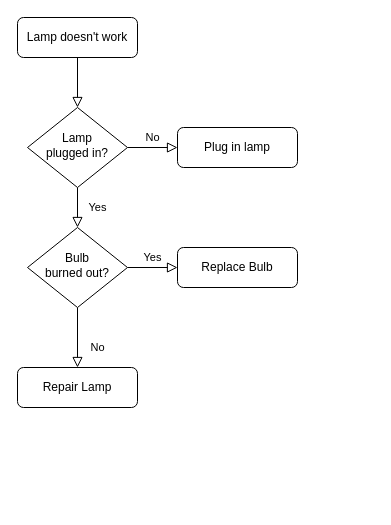
Before: Untitled Diagram.drawio in mlltAero/trafi-scraper, a draw.io diagram. Source tidied: cells renumbered, new cells numbered last; positions are measured from the earlier drawing's top-left corner, leaving out a move shared by most shapes. Both pictures are drawn from the tidied source at 100%, with x=0, y=0 at pixel (17, 17).
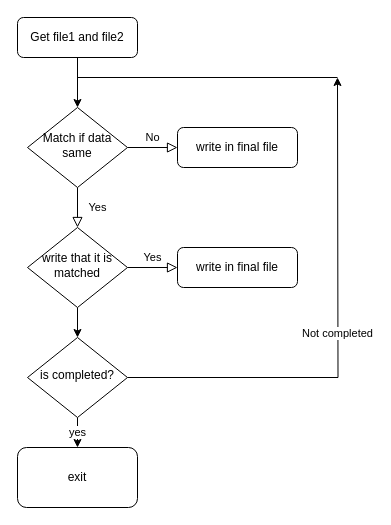
The same diagram, later.

What changed in the source:
```diff
@@
 <mxGraphModel>
   <root>
     <mxCell id="0" />
     <mxCell id="1" parent="0" />
-    <mxCell id="2" style="rounded=0;html=1;jettySize=auto;fontSize=11;endArrow=block;endFill=0;endSize=8;strokeWidth=1;shadow=0;labelBackgroundColor=none;edgeStyle=orthogonalEdgeStyle;" parent="1" edge="1" source="3" target="6">
+    <mxCell id="2" style="edgeStyle=orthogonalEdgeStyle;rounded=0;jettySize=auto;html=1;exitX=0.5;exitY=1;exitDx=0;exitDy=0;entryX=0.5;entryY=0;entryDx=0;entryDy=0;" parent="1" edge="1" source="3" target="6">
       <mxGeometry relative="1" as="geometry" />
     </mxCell>
-    <mxCell id="3" value="Lamp doesn't work" style="rounded=1;whiteSpace=wrap;html=1;fontSize=12;glass=0;strokeWidth=1;shadow=0;" parent="1" vertex="1">
+    <mxCell id="3" value="Get file1 and file2" style="rounded=1;whiteSpace=wrap;html=1;fontSize=12;glass=0;strokeWidth=1;shadow=0;" parent="1" vertex="1">
       <mxGeometry width="120" height="40" as="geometry" />
     </mxCell>
     <mxCell id="4" value="Yes" style="rounded=0;html=1;jettySize=auto;fontSize=11;endArrow=block;endFill=0;endSize=8;strokeWidth=1;shadow=0;labelBackgroundColor=none;edgeStyle=orthogonalEdgeStyle;" parent="1" edge="1" source="6" target="10">
       <mxGeometry y="20" relative="1" as="geometry" />
     </mxCell>
     <mxCell id="5" value="No" style="edgeStyle=orthogonalEdgeStyle;rounded=0;html=1;jettySize=auto;fontSize=11;endArrow=block;endFill=0;endSize=8;strokeWidth=1;shadow=0;labelBackgroundColor=none;" parent="1" edge="1" source="6" target="7">
       <mxGeometry y="10" relative="1" as="geometry" />
     </mxCell>
-    <mxCell id="6" value="Lamp&lt;br&gt;plugged in?" style="rhombus;whiteSpace=wrap;html=1;shadow=0;fontFamily=Helvetica;fontSize=12;align=center;strokeWidth=1;spacing=6;spacingTop=-4;" parent="1" vertex="1">
+    <mxCell id="6" value="Match if data same" style="rhombus;whiteSpace=wrap;html=1;shadow=0;fontFamily=Helvetica;fontSize=12;align=center;strokeWidth=1;spacing=6;spacingTop=-4;" parent="1" vertex="1">
       <mxGeometry x="10" y="90" width="100" height="80" as="geometry" />
     </mxCell>
-    <mxCell id="7" value="Plug in lamp" style="rounded=1;whiteSpace=wrap;html=1;fontSize=12;glass=0;strokeWidth=1;shadow=0;" parent="1" vertex="1">
+    <mxCell id="7" value="write in final file" style="rounded=1;whiteSpace=wrap;html=1;fontSize=12;glass=0;strokeWidth=1;shadow=0;" parent="1" vertex="1">
       <mxGeometry x="160" y="110" width="120" height="40" as="geometry" />
     </mxCell>
-    <mxCell id="8" value="No" style="rounded=0;html=1;jettySize=auto;fontSize=11;endArrow=block;endFill=0;endSize=8;strokeWidth=1;shadow=0;labelBackgroundColor=none;edgeStyle=orthogonalEdgeStyle;" parent="1" edge="1" source="10" target="11">
-      <mxGeometry x="0.33" y="20" relative="1" as="geometry" />
-    </mxCell>
     <mxCell id="9" value="Yes" style="edgeStyle=orthogonalEdgeStyle;rounded=0;html=1;jettySize=auto;fontSize=11;endArrow=block;endFill=0;endSize=8;strokeWidth=1;shadow=0;labelBackgroundColor=none;" parent="1" edge="1" source="10" target="12">
       <mxGeometry y="10" relative="1" as="geometry" />
     </mxCell>
+    <mxCell id="13" value="&lt;br&gt;" style="edgeStyle=orthogonalEdgeStyle;rounded=0;jettySize=auto;html=1;exitX=0.5;exitY=1;exitDx=0;exitDy=0;entryX=0.5;entryY=0;entryDx=0;entryDy=0;" parent="1" edge="1" source="10" target="16">
+      <mxGeometry relative="1" as="geometry" />
+    </mxCell>
-    <mxCell id="10" value="Bulb&lt;br&gt;burned out?" style="rhombus;whiteSpace=wrap;html=1;shadow=0;fontFamily=Helvetica;fontSize=12;align=center;strokeWidth=1;spacing=6;spacingTop=-4;" parent="1" vertex="1">
+    <mxCell id="10" value="write that it is&lt;br&gt;matched" style="rhombus;whiteSpace=wrap;html=1;shadow=0;fontFamily=Helvetica;fontSize=12;align=center;strokeWidth=1;spacing=6;spacingTop=-4;" parent="1" vertex="1">
       <mxGeometry x="10" y="210" width="100" height="80" as="geometry" />
     </mxCell>
-    <mxCell id="11" value="Repair Lamp" style="rounded=1;whiteSpace=wrap;html=1;fontSize=12;glass=0;strokeWidth=1;shadow=0;" parent="1" vertex="1">
-      <mxGeometry y="350" width="120" height="40" as="geometry" />
-    </mxCell>
-    <mxCell id="12" value="Replace Bulb" style="rounded=1;whiteSpace=wrap;html=1;fontSize=12;glass=0;strokeWidth=1;shadow=0;" parent="1" vertex="1">
+    <mxCell id="12" value="write in final file" style="rounded=1;whiteSpace=wrap;html=1;fontSize=12;glass=0;strokeWidth=1;shadow=0;" parent="1" vertex="1">
       <mxGeometry x="160" y="230" width="120" height="40" as="geometry" />
     </mxCell>
+    <mxCell id="14" value="Not completed" style="edgeStyle=orthogonalEdgeStyle;rounded=0;jettySize=auto;html=1;exitX=1;exitY=0.5;exitDx=0;exitDy=0;" parent="1" edge="1" source="16">
+      <mxGeometry relative="1" as="geometry">
+        <mxPoint x="320" y="60" as="targetPoint" />
+      </mxGeometry>
+    </mxCell>
+    <mxCell id="15" value="yes" style="edgeStyle=orthogonalEdgeStyle;rounded=0;jettySize=auto;html=1;exitX=0.5;exitY=1;exitDx=0;exitDy=0;entryX=0.5;entryY=0;entryDx=0;entryDy=0;" parent="1" edge="1" source="16" target="18">
+      <mxGeometry relative="1" as="geometry" />
+    </mxCell>
+    <mxCell id="16" value="is completed?" style="rhombus;whiteSpace=wrap;html=1;shadow=0;fontFamily=Helvetica;fontSize=12;align=center;strokeWidth=1;spacing=6;spacingTop=-4;" parent="1" vertex="1">
+      <mxGeometry x="10" y="320" width="100" height="80" as="geometry" />
+    </mxCell>
+    <mxCell id="17" style="endArrow=none;html=1;" parent="1" edge="1">
+      <mxGeometry relative="1" as="geometry">
+        <mxPoint x="60" y="60" as="sourcePoint" />
+        <mxPoint x="320" y="60" as="targetPoint" />
+      </mxGeometry>
+    </mxCell>
+    <mxCell id="18" value="exit" style="rounded=1;whiteSpace=wrap;html=1;" parent="1" vertex="1">
+      <mxGeometry y="430" width="120" height="60" as="geometry" />
+    </mxCell>
   </root>
 </mxGraphModel>
```
